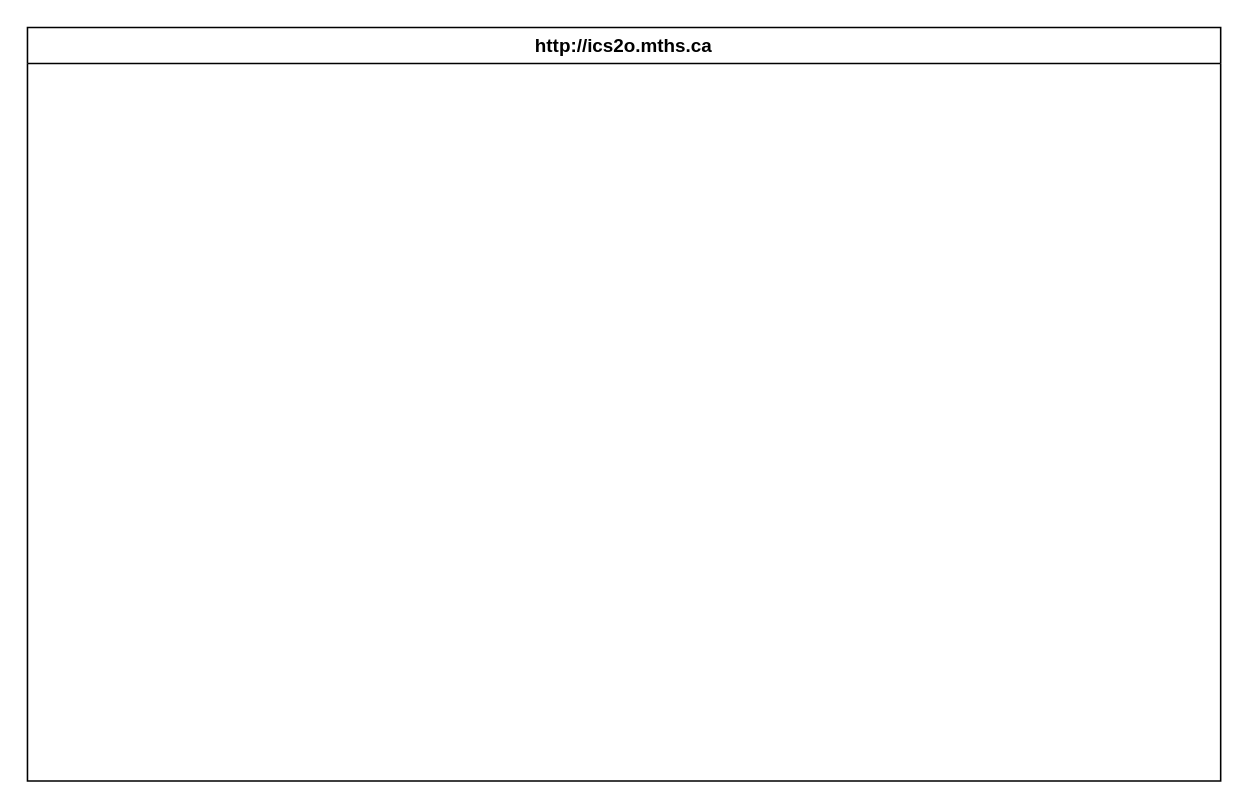
Before: design/storyboard.drawio in MTHS-ICS2O-2-2022/ICS2O-Unit-3-02-Mariam-Kasim, a draw.io diagram. Source tidied: cells renumbered, new cells numbered last; positions are measured from the earlier drawing's top-left corner, leaving out a move shared by most shapes. Both pictures are drawn from the tidied source at 157%, with x=0, y=0 at pixel (27, 27).
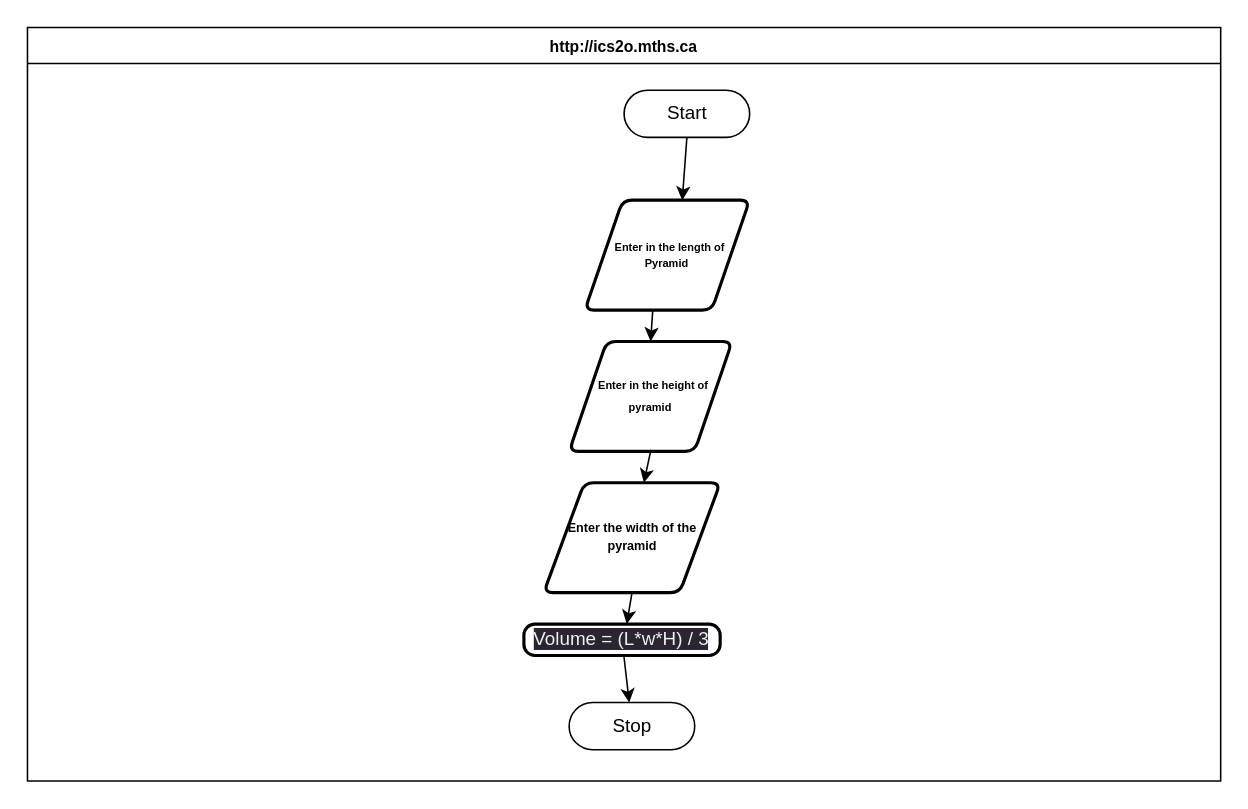
Above is the later version.

What changed in the source:
```diff
@@
 <mxGraphModel>
   <root>
     <mxCell id="0" />
     <mxCell id="1" parent="0" />
-    <mxCell id="2" value="http://ics2o.mths.ca" style="swimlane;whiteSpace=wrap;html=1;" parent="1" vertex="1">
+    <mxCell id="2" value="http://ics2o.mths.ca" style="swimlane;whiteSpace=wrap;html=1;fontSize=10;" parent="1" vertex="1">
       <mxGeometry width="760" height="480" as="geometry" />
     </mxCell>
+    <mxCell id="3" value="Start" style="html=1;dashed=0;whitespace=wrap;shape=mxgraph.dfd.start;" parent="2" vertex="1">
+      <mxGeometry x="380" y="40" width="80" height="30" as="geometry" />
+    </mxCell>
+    <mxCell id="4" value="Stop" style="html=1;dashed=0;whitespace=wrap;shape=mxgraph.dfd.start;" parent="2" vertex="1">
+      <mxGeometry x="345" y="430" width="80" height="30" as="geometry" />
+    </mxCell>
+    <mxCell id="5" style="endArrow=classic;html=1;exitX=0.5;exitY=0.5;exitDx=0;exitDy=15;exitPerimeter=0;entryX=0.591;entryY=0.003;entryDx=0;entryDy=0;entryPerimeter=0;" parent="2" edge="1" source="3" target="6">
+      <mxGeometry relative="1" as="geometry" />
+    </mxCell>
+    <mxCell id="6" value="&lt;h6&gt;&lt;font style=&quot;font-size: 7px;&quot;&gt;&amp;nbsp; Enter in the length of Pyramid&lt;/font&gt;&lt;/h6&gt;" style="shape=parallelogram;html=1;strokeWidth=2;perimeter=parallelogramPerimeter;whiteSpace=wrap;rounded=1;arcSize=12;size=0.23;" parent="2" vertex="1">
+      <mxGeometry x="355" y="110" width="105" height="70" as="geometry" />
+    </mxCell>
+    <mxCell id="7" style="edgeStyle=none;html=1;exitX=0.5;exitY=1;exitDx=0;exitDy=0;" parent="2" edge="1" source="8" target="10">
+      <mxGeometry relative="1" as="geometry" />
+    </mxCell>
+    <mxCell id="8" value="&lt;p style=&quot;line-height: 120%;&quot;&gt;&lt;/p&gt;&lt;h6 style=&quot;line-height: 163%;&quot;&gt;&lt;span style=&quot;background-color: initial;&quot;&gt;&lt;font style=&quot;font-size: 7px;&quot;&gt;&amp;nbsp; Enter in the height of pyramid&lt;/font&gt;&lt;/span&gt;&lt;/h6&gt;&lt;p&gt;&lt;/p&gt;" style="shape=parallelogram;html=1;strokeWidth=2;perimeter=parallelogramPerimeter;whiteSpace=wrap;rounded=1;arcSize=12;size=0.23;" parent="2" vertex="1">
+      <mxGeometry x="345" y="200" width="103.8" height="70" as="geometry" />
+    </mxCell>
+    <mxCell id="9" style="edgeStyle=none;html=1;exitX=0.5;exitY=1;exitDx=0;exitDy=0;" parent="2" edge="1" source="10">
+      <mxGeometry relative="1" as="geometry">
+        <mxPoint x="381.7" y="380" as="targetPoint" />
+      </mxGeometry>
+    </mxCell>
+    <mxCell id="10" value="&lt;p style=&quot;line-height: 143%;&quot;&gt;&lt;/p&gt;&lt;h6 style=&quot;line-height: 153%;&quot;&gt;&lt;b&gt;&lt;font style=&quot;font-size: 8px;&quot;&gt;Enter the width of the pyramid&lt;/font&gt;&lt;/b&gt;&lt;/h6&gt;&lt;p&gt;&lt;/p&gt;" style="shape=parallelogram;html=1;strokeWidth=2;perimeter=parallelogramPerimeter;whiteSpace=wrap;rounded=1;arcSize=12;size=0.23;fontSize=9;" parent="2" vertex="1">
+      <mxGeometry x="328.8" y="290" width="112.5" height="70" as="geometry" />
+    </mxCell>
+    <mxCell id="11" style="endArrow=classic;html=1;entryX=0.5;entryY=0;entryDx=0;entryDy=0;exitX=0.412;exitY=1.003;exitDx=0;exitDy=0;exitPerimeter=0;" parent="2" edge="1" source="6" target="8">
+      <mxGeometry relative="1" as="geometry" />
+    </mxCell>
+    <mxCell id="12" style="edgeStyle=none;html=1;" parent="2" edge="1" source="13" target="4">
+      <mxGeometry relative="1" as="geometry" />
+    </mxCell>
+    <mxCell id="13" value="&lt;span style=&quot;color: rgb(240, 240, 240); font-family: Helvetica; font-size: 12px; font-style: normal; font-variant-ligatures: normal; font-variant-caps: normal; font-weight: 400; letter-spacing: normal; orphans: 2; text-align: center; text-indent: 0px; text-transform: none; widows: 2; word-spacing: 0px; -webkit-text-stroke-width: 0px; background-color: rgb(42, 37, 47); text-decoration-thickness: initial; text-decoration-style: initial; text-decoration-color: initial; float: none; display: inline !important;&quot;&gt;Volume = (L*w*H) / 3&lt;/span&gt;" style="rounded=1;whiteSpace=wrap;html=1;absoluteArcSize=1;arcSize=14;strokeWidth=2;" parent="2" vertex="1">
+      <mxGeometry x="316.2" y="380" width="125" height="20" as="geometry" />
+    </mxCell>
   </root>
 </mxGraphModel>
```
